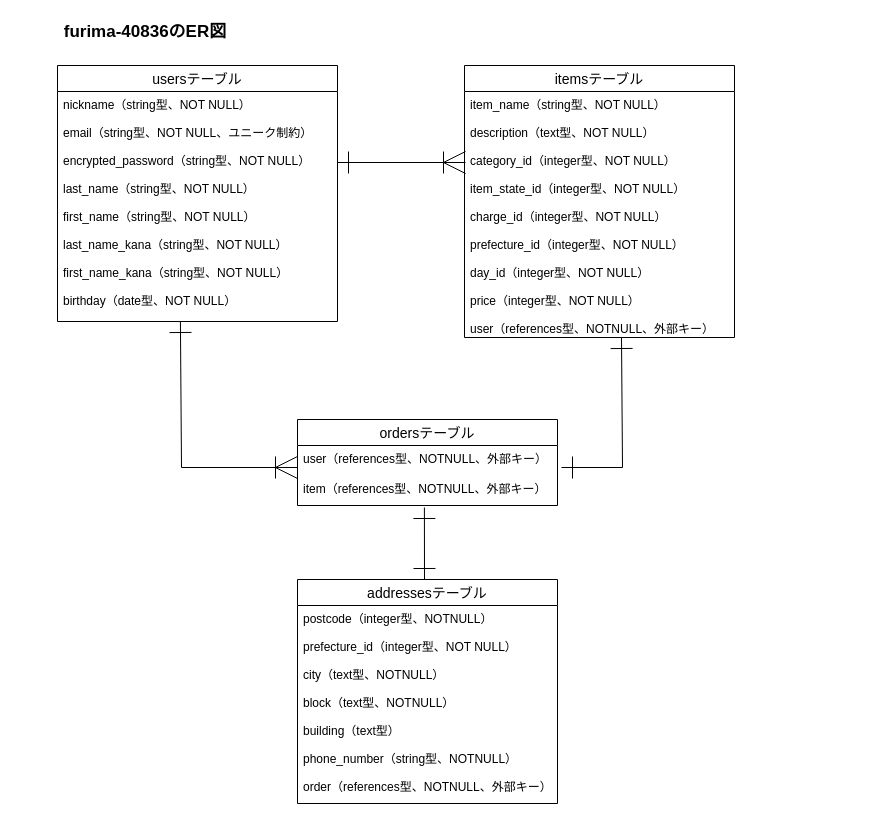
Before: app/views/test.dio in freejog/furima-40836, a draw.io diagram. Source tidied: cells renumbered, new cells numbered last; positions are measured from the earlier drawing's top-left corner, leaving out a move shared by most shapes. Both pictures are drawn from the tidied source at 100%, with x=0, y=0 at pixel (57, 17).
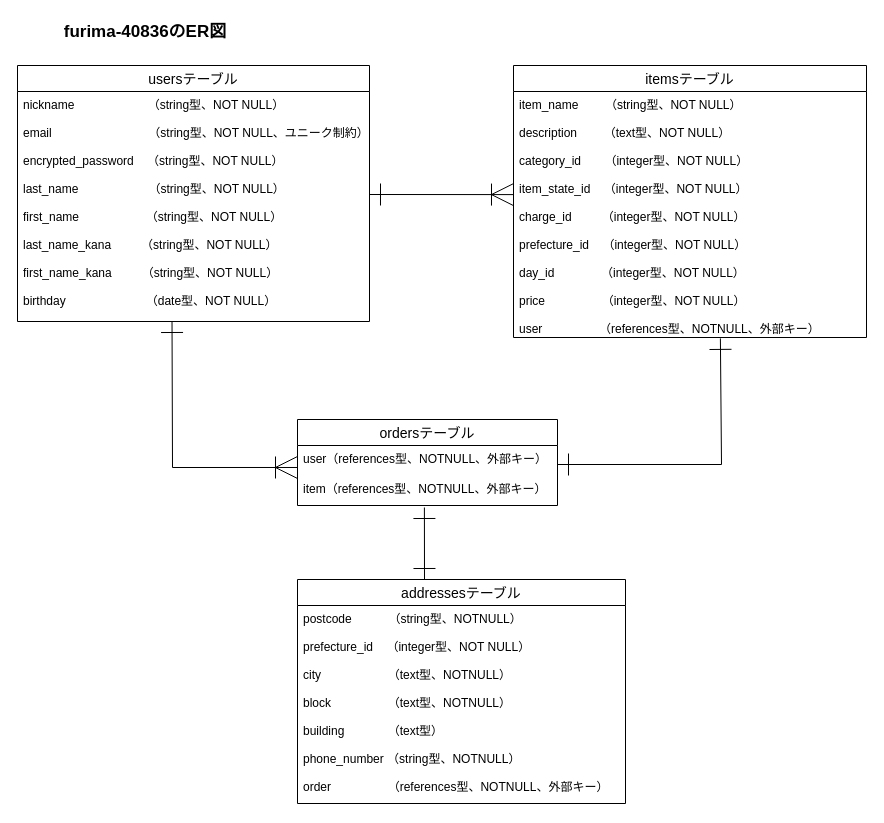
Above is the later version.

Unchanged cells that the change refers to:
```xml
<mxCell id="7" value="user（references型、NOTNULL、外部キー）" style="text;strokeColor=none;fillColor=none;spacingLeft=4;spacingRight=4;overflow=hidden;points=[[0,0.5],[1,0.5]];portConstraint=eastwest;fontSize=12;" parent="6" vertex="1">
  <mxGeometry y="26" width="260" height="30" as="geometry" />
</mxCell>
```

The edit, as a diff of the source:
```diff
@@
     <mxCell id="2" value="usersテーブル" style="swimlane;fontStyle=0;horizontal=1;startSize=26;align=center;fontSize=14;" parent="1" vertex="1">
-      <mxGeometry y="48" width="280" height="256" as="geometry" />
+      <mxGeometry x="-40" y="48" width="352" height="256" as="geometry" />
     </mxCell>
-    <mxCell id="3" value="nickname（string型、NOT NULL）&#10;&#10;email（string型、NOT NULL、ユニーク制約）&#10;&#10;encrypted_password（string型、NOT NULL）&#10;&#10;last_name（string型、NOT NULL）&#10;&#10;first_name（string型、NOT NULL）&#10;&#10;last_name_kana（string型、NOT NULL）&#10;&#10;first_name_kana（string型、NOT NULL）&#10;&#10;birthday（date型、NOT NULL）&#10;" style="text;strokeColor=none;fillColor=none;spacingLeft=4;spacingRight=4;overflow=hidden;points=[[0,0.5],[1,0.5]];portConstraint=eastwest;fontSize=12;" parent="2" vertex="1">
-      <mxGeometry y="26" width="280" height="230" as="geometry" />
+    <mxCell id="3" value="nickname                      （string型、NOT NULL）&#10;&#10;email                             （string型、NOT NULL、ユニーク制約）&#10;&#10;encrypted_password    （string型、NOT NULL）&#10;&#10;last_name                     （string型、NOT NULL）&#10;&#10;first_name                    （string型、NOT NULL）&#10;&#10;last_name_kana          （string型、NOT NULL）&#10;&#10;first_name_kana          （string型、NOT NULL）&#10;&#10;birthday                        （date型、NOT NULL）&#10;" style="text;strokeColor=none;fillColor=none;spacingLeft=4;spacingRight=4;overflow=hidden;points=[[0,0.5],[1,0.5]];portConstraint=eastwest;fontSize=12;" parent="2" vertex="1">
+      <mxGeometry y="26" width="352" height="230" as="geometry" />
     </mxCell>
     <mxCell id="4" value="itemsテーブル" style="swimlane;fontStyle=0;horizontal=1;startSize=26;align=center;fontSize=14;" parent="1" vertex="1">
-      <mxGeometry x="407" y="48" width="270" height="272" as="geometry" />
+      <mxGeometry x="456" y="48" width="353" height="272" as="geometry" />
     </mxCell>
-    <mxCell id="5" value="item_name（string型、NOT NULL）&#10;&#10;description（text型、NOT NULL）&#10;&#10;category_id（integer型、NOT NULL）&#10;&#10;item_state_id（integer型、NOT NULL）&#10;&#10;charge_id（integer型、NOT NULL）&#10;&#10;prefecture_id（integer型、NOT NULL）&#10;&#10;day_id（integer型、NOT NULL）&#10;&#10;price（integer型、NOT NULL）&#10;&#10;user（references型、NOTNULL、外部キー）" style="text;strokeColor=none;fillColor=none;spacingLeft=4;spacingRight=4;overflow=hidden;fontSize=12;" parent="4" vertex="1">
-      <mxGeometry y="26" width="270" height="246" as="geometry" />
+    <mxCell id="5" value="item_name        （string型、NOT NULL）&#10;&#10;description        （text型、NOT NULL）&#10;&#10;category_id       （integer型、NOT NULL）&#10;&#10;item_state_id    （integer型、NOT NULL）&#10;&#10;charge_id         （integer型、NOT NULL）&#10;&#10;prefecture_id    （integer型、NOT NULL）&#10;&#10;day_id              （integer型、NOT NULL）&#10;&#10;price                 （integer型、NOT NULL）&#10;&#10;user                 （references型、NOTNULL、外部キー）" style="text;strokeColor=none;fillColor=none;spacingLeft=4;spacingRight=4;overflow=hidden;fontSize=12;" parent="4" vertex="1">
+      <mxGeometry y="26" width="353" height="246" as="geometry" />
     </mxCell>
@@
     <mxCell id="9" value="addressesテーブル" style="swimlane;fontStyle=0;horizontal=1;startSize=26;align=center;fontSize=14;" parent="1" vertex="1">
-      <mxGeometry x="240" y="562" width="260" height="224" as="geometry" />
+      <mxGeometry x="240" y="562" width="328" height="224" as="geometry" />
     </mxCell>
-    <mxCell id="10" value="postcode（integer型、NOTNULL）&#10;&#10;prefecture_id（integer型、NOT NULL）&#10;&#10;city（text型、NOTNULL）&#10;&#10;block（text型、NOTNULL）&#10;&#10;building（text型）&#10;&#10;phone_number（string型、NOTNULL）&#10;&#10;order（references型、NOTNULL、外部キー）" style="text;strokeColor=none;fillColor=none;spacingLeft=4;spacingRight=4;overflow=hidden;fontSize=12;fontStyle=0;" parent="9" vertex="1">
-      <mxGeometry y="26" width="260" height="198" as="geometry" />
+    <mxCell id="10" value="postcode           （string型、NOTNULL）&#10;&#10;prefecture_id    （integer型、NOT NULL）&#10;&#10;city                    （text型、NOTNULL）&#10;&#10;block                 （text型、NOTNULL）&#10;&#10;building             （text型）&#10;&#10;phone_number （string型、NOTNULL）&#10;&#10;order                 （references型、NOTNULL、外部キー）" style="text;strokeColor=none;fillColor=none;spacingLeft=4;spacingRight=4;overflow=hidden;fontSize=12;fontStyle=0;" parent="9" vertex="1">
+      <mxGeometry y="26" width="328" height="198" as="geometry" />
     </mxCell>
-    <mxCell id="11" style="edgeStyle=none;html=1;exitX=1;exitY=0.5;exitDx=0;exitDy=0;startArrow=ERone;startFill=0;endArrow=ERoneToMany;endFill=0;targetPerimeterSpacing=0;endSize=20;startSize=20;" parent="1" edge="1">
+    <mxCell id="11" style="edgeStyle=none;html=1;startArrow=ERone;startFill=0;endArrow=ERoneToMany;endFill=0;targetPerimeterSpacing=0;endSize=20;startSize=20;entryX=0;entryY=0.293;entryDx=0;entryDy=0;entryPerimeter=0;" parent="1" edge="1">
       <mxGeometry relative="1" as="geometry">
-        <mxPoint x="280" y="145" as="sourcePoint" />
-        <mxPoint x="408" y="145" as="targetPoint" />
+        <mxPoint x="312" y="177" as="sourcePoint" />
+        <mxPoint x="456" y="177.1" as="targetPoint" />
       </mxGeometry>
     </mxCell>
     <mxCell id="12" style="edgeStyle=none;html=1;startArrow=ERone;startFill=0;endArrow=ERoneToMany;endFill=0;targetPerimeterSpacing=0;endSize=20;startSize=20;exitX=0.439;exitY=1;exitDx=0;exitDy=0;exitPerimeter=0;rounded=0;entryX=0;entryY=0.733;entryDx=0;entryDy=0;entryPerimeter=0;" parent="1" edge="1" source="3" target="7">
       <mxGeometry relative="1" as="geometry">
         <Array as="points">
-          <mxPoint x="124" y="450" />
+          <mxPoint x="115" y="450" />
         </Array>
       </mxGeometry>
     </mxCell>
-    <mxCell id="13" style="edgeStyle=none;html=1;startArrow=ERone;startFill=0;endArrow=ERone;endFill=0;targetPerimeterSpacing=0;endSize=20;startSize=20;exitX=0.439;exitY=1;exitDx=0;exitDy=0;exitPerimeter=0;rounded=0;" parent="1" edge="1">
+    <mxCell id="13" style="edgeStyle=none;html=1;startArrow=ERone;startFill=0;endArrow=ERone;endFill=0;targetPerimeterSpacing=0;endSize=20;startSize=20;exitX=0.586;exitY=1.016;exitDx=0;exitDy=0;exitPerimeter=0;rounded=0;" parent="1" edge="1">
       <mxGeometry relative="1" as="geometry">
-        <mxPoint x="564" y="320" as="sourcePoint" />
-        <mxPoint x="504" y="450" as="targetPoint" />
+        <mxPoint x="662.9" y="320.9" as="sourcePoint" />
+        <mxPoint x="500" y="447" as="targetPoint" />
         <Array as="points">
-          <mxPoint x="565" y="450" />
+          <mxPoint x="664" y="447" />
         </Array>
       </mxGeometry>
     </mxCell>
```
